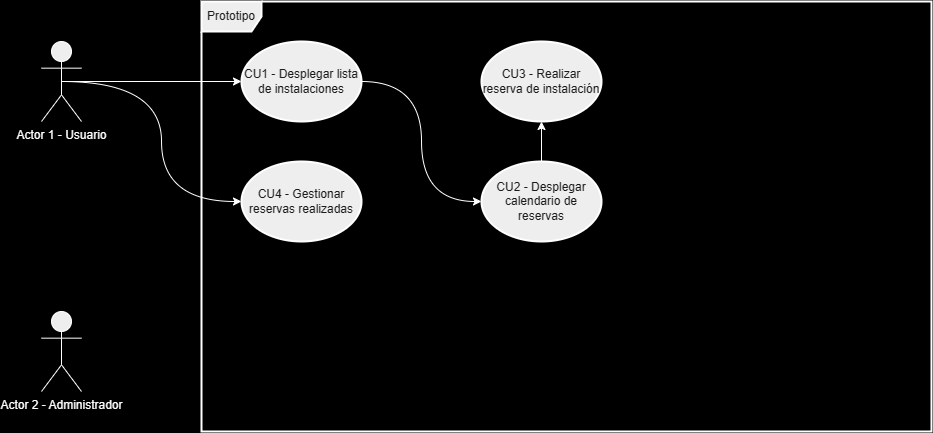
Before: doc/UseCase.png, a diagram exported from draw.io (333-333-333/public-static-void-main-string-args). Source tidied: cells renumbered, new cells last; positions are measured from the earlier drawing's top-left corner, leaving out a move shared by most shapes.
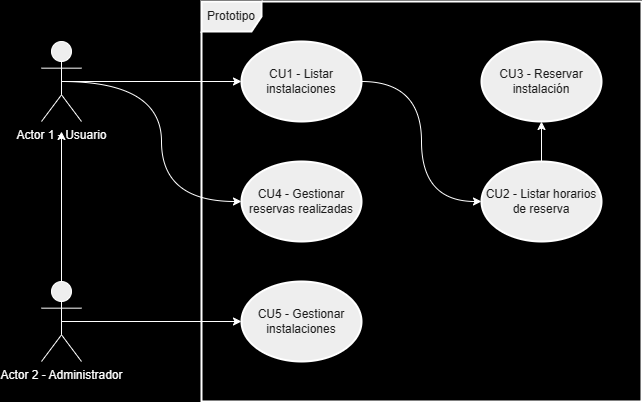
Later version of the same file.

What changed in the source:
```diff
@@ -11,19 +11,27 @@
     <mxCell id="4" value="&lt;font color=&quot;#ffffff&quot;&gt;Actor 1 - Usuario&lt;/font&gt;" style="shape=umlActor;verticalLabelPosition=bottom;verticalAlign=top;html=1;outlineConnect=0;labelBackgroundColor=none;rounded=0;fillColor=#EEEEEE;strokeColor=#FFFFFF;fontColor=#1A1A1A;" parent="1" vertex="1">
       <mxGeometry y="40" width="40" height="80" as="geometry" />
     </mxCell>
+    <mxCell id="13" style="edgeStyle=orthogonalEdgeStyle;shape=connector;curved=1;rounded=1;jettySize=auto;html=1;exitX=0.5;exitY=0.5;exitDx=0;exitDy=0;exitPerimeter=0;labelBackgroundColor=default;strokeColor=#FFFFFF;align=center;verticalAlign=middle;fontFamily=Helvetica;fontSize=11;fontColor=default;endArrow=classic;" parent="1" edge="1" source="5" target="15">
+      <mxGeometry relative="1" as="geometry" />
+    </mxCell>
+    <mxCell id="14" style="edgeStyle=orthogonalEdgeStyle;shape=connector;curved=1;rounded=1;jettySize=auto;html=1;exitX=0.5;exitY=0;exitDx=0;exitDy=0;exitPerimeter=0;labelBackgroundColor=default;strokeColor=#FFFFFF;align=center;verticalAlign=middle;fontFamily=Helvetica;fontSize=11;fontColor=default;endArrow=classic;" parent="1" edge="1" source="5">
+      <mxGeometry relative="1" as="geometry">
+        <mxPoint x="20" y="130" as="targetPoint" />
+      </mxGeometry>
+    </mxCell>
     <mxCell id="5" value="&lt;font color=&quot;#ffffff&quot;&gt;Actor 2 - Administrador&lt;/font&gt;" style="shape=umlActor;verticalLabelPosition=bottom;verticalAlign=top;html=1;outlineConnect=0;labelBackgroundColor=none;rounded=0;fillColor=#EEEEEE;strokeColor=#FFFFFF;fontColor=#1A1A1A;" parent="1" vertex="1">
-      <mxGeometry y="310" width="40" height="80" as="geometry" />
+      <mxGeometry y="280" width="40" height="80" as="geometry" />
     </mxCell>
     <mxCell id="6" value="Prototipo" style="shape=umlFrame;whiteSpace=wrap;html=1;strokeWidth=2;labelBackgroundColor=none;rounded=0;fillColor=#EEEEEE;strokeColor=#FFFFFF;fontColor=#1A1A1A;" parent="1" vertex="1">
-      <mxGeometry x="160" width="730" height="430" as="geometry" />
+      <mxGeometry x="160" width="440" height="400" as="geometry" />
     </mxCell>
     <mxCell id="7" style="edgeStyle=orthogonalEdgeStyle;shape=connector;curved=1;rounded=1;jettySize=auto;html=1;exitX=0.5;exitY=0;exitDx=0;exitDy=0;entryX=0.5;entryY=1;entryDx=0;entryDy=0;labelBackgroundColor=default;strokeColor=#FFFFFF;align=center;verticalAlign=middle;fontFamily=Helvetica;fontSize=11;fontColor=default;endArrow=classic;" parent="1" edge="1" source="8" target="9">
       <mxGeometry relative="1" as="geometry" />
     </mxCell>
-    <mxCell id="8" value="CU2&amp;nbsp;- Desplegar calendario de reservas" style="ellipse;whiteSpace=wrap;html=1;labelBackgroundColor=none;strokeWidth=2;fillColor=#EEEEEE;strokeColor=#FFFFFF;fontColor=#1A1A1A;" parent="1" vertex="1">
+    <mxCell id="8" value="CU2&amp;nbsp;- Listar horarios de reserva" style="ellipse;whiteSpace=wrap;html=1;labelBackgroundColor=none;strokeWidth=2;fillColor=#EEEEEE;strokeColor=#FFFFFF;fontColor=#1A1A1A;" parent="1" vertex="1">
       <mxGeometry x="440" y="160" width="120" height="80" as="geometry" />
     </mxCell>
-    <mxCell id="9" value="CU3 - Realizar reserva de instalación" style="ellipse;whiteSpace=wrap;html=1;labelBackgroundColor=none;strokeWidth=2;fillColor=#EEEEEE;strokeColor=#FFFFFF;fontColor=#1A1A1A;" parent="1" vertex="1">
+    <mxCell id="9" value="CU3 - Reservar instalación" style="ellipse;whiteSpace=wrap;html=1;labelBackgroundColor=none;strokeWidth=2;fillColor=#EEEEEE;strokeColor=#FFFFFF;fontColor=#1A1A1A;" parent="1" vertex="1">
       <mxGeometry x="440" y="40" width="120" height="80" as="geometry" />
     </mxCell>
     <mxCell id="10" value="CU4&amp;nbsp;- Gestionar reservas realizadas" style="ellipse;whiteSpace=wrap;html=1;labelBackgroundColor=none;strokeWidth=2;fillColor=#EEEEEE;strokeColor=#FFFFFF;fontColor=#1A1A1A;" parent="1" vertex="1">
@@ -32,8 +40,11 @@
     <mxCell id="11" style="edgeStyle=orthogonalEdgeStyle;shape=connector;curved=1;rounded=1;jettySize=auto;html=1;exitX=1;exitY=0.5;exitDx=0;exitDy=0;entryX=0;entryY=0.5;entryDx=0;entryDy=0;labelBackgroundColor=default;strokeColor=#FFFFFF;align=center;verticalAlign=middle;fontFamily=Helvetica;fontSize=11;fontColor=default;endArrow=classic;" parent="1" edge="1" source="12" target="8">
       <mxGeometry relative="1" as="geometry" />
     </mxCell>
-    <mxCell id="12" value="CU1 - Desplegar lista de instalaciones" style="ellipse;whiteSpace=wrap;html=1;labelBackgroundColor=none;strokeWidth=2;fillColor=#EEEEEE;strokeColor=#FFFFFF;fontColor=#1A1A1A;" parent="1" vertex="1">
+    <mxCell id="12" value="CU1 - Listar instalaciones" style="ellipse;whiteSpace=wrap;html=1;labelBackgroundColor=none;strokeWidth=2;fillColor=#EEEEEE;strokeColor=#FFFFFF;fontColor=#1A1A1A;" parent="1" vertex="1">
       <mxGeometry x="200" y="40" width="120" height="80" as="geometry" />
     </mxCell>
+    <mxCell id="15" value="CU5 - Gestionar instalaciones" style="ellipse;whiteSpace=wrap;html=1;labelBackgroundColor=none;strokeWidth=2;fillColor=#EEEEEE;strokeColor=#FFFFFF;fontColor=#1A1A1A;" parent="1" vertex="1">
+      <mxGeometry x="200" y="280" width="120" height="80" as="geometry" />
+    </mxCell>
   </root>
 </mxGraphModel>
```
